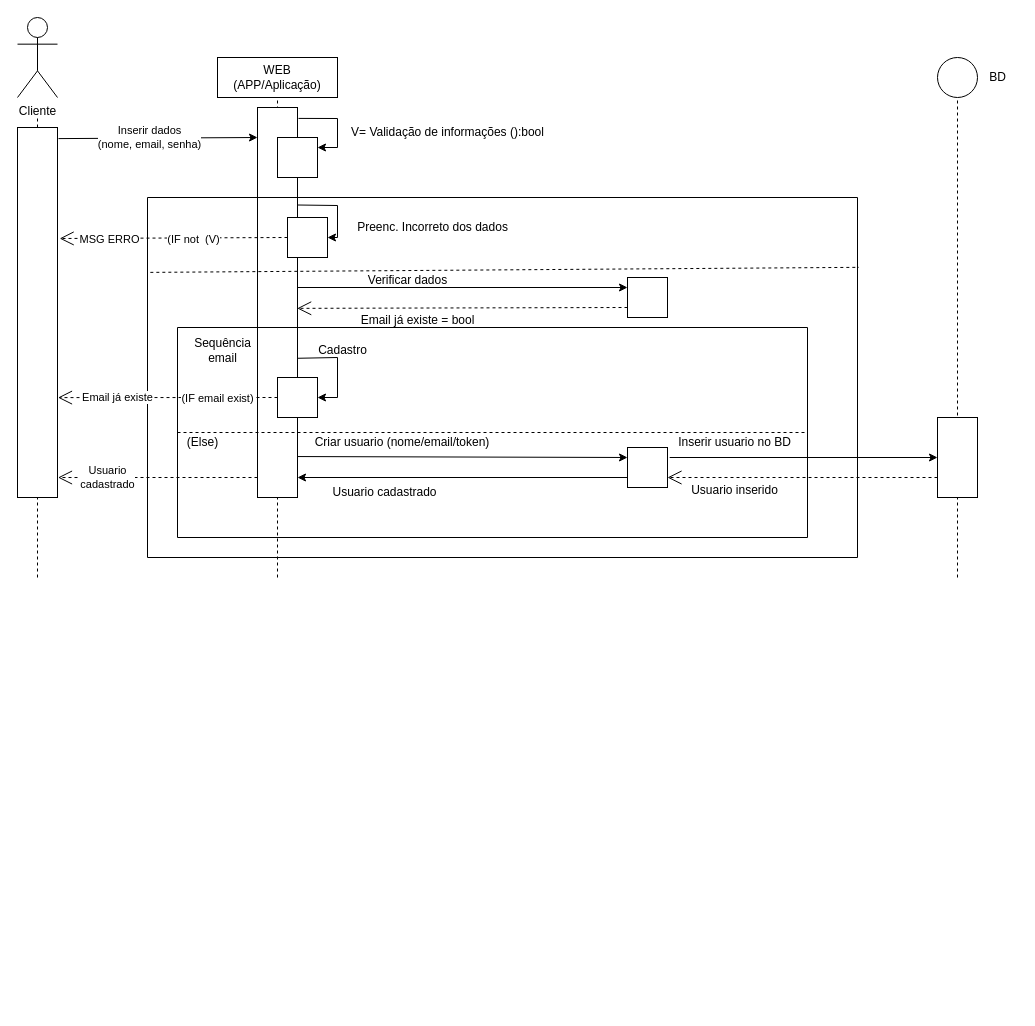
LukaPaganoti/TCC-CEEP keeps this draw.io diagram as diagramadesequencia.drawio. Above is the earlier version. Source tidied: cells renumbered, new cells numbered last; positions are measured from the earlier drawing's top-left corner, leaving out a move shared by most shapes. Both pictures are drawn from the tidied source at 100%, with x=0, y=0 at pixel (17, 17).
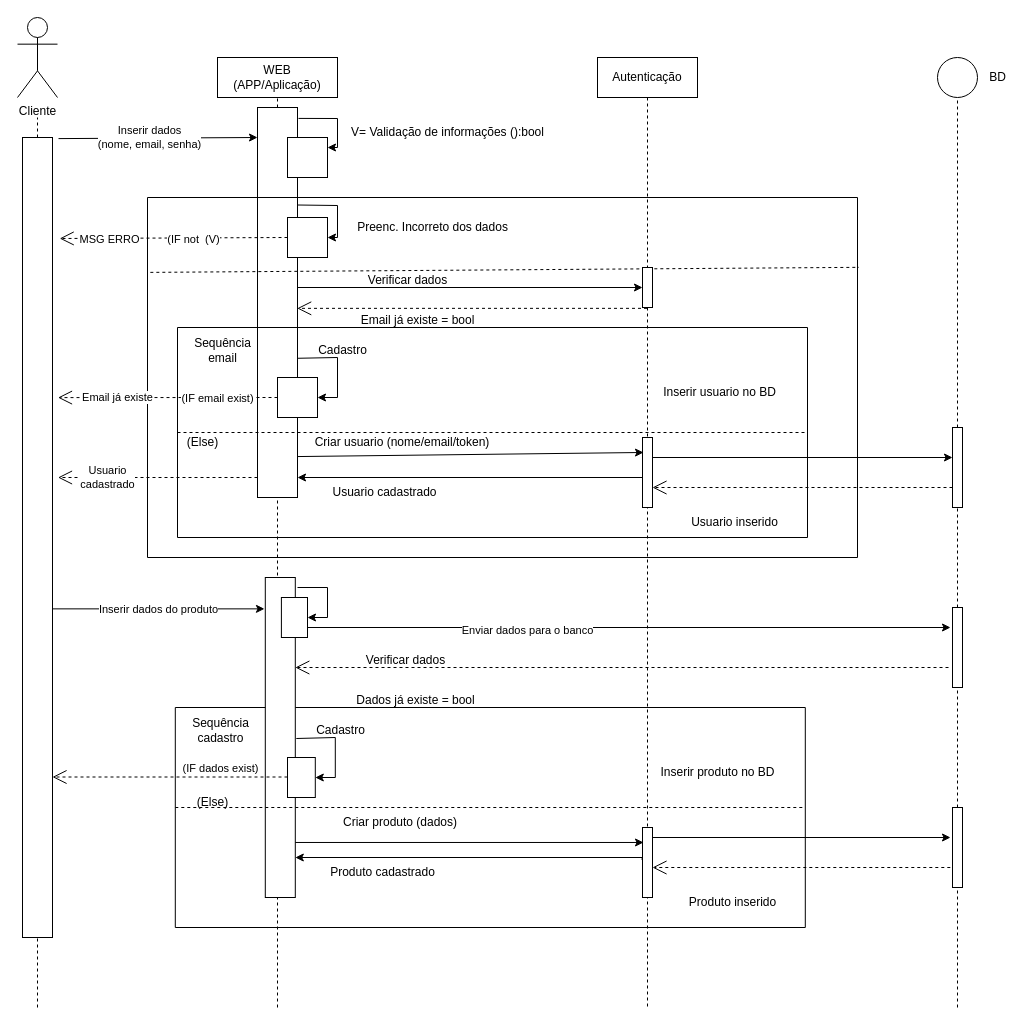
The same page after the edit.

The change refers to these unchanged cells:
```xml
<mxCell id="9" style="rounded=0;whiteSpace=wrap;html=1;direction=south;" parent="1" vertex="1">
  <mxGeometry x="240" y="90" width="40" height="390" as="geometry" />
</mxCell>
<mxCell id="11" style="rounded=0;whiteSpace=wrap;html=1;" parent="1" vertex="1">
  <mxGeometry x="260" y="360" width="40" height="40" as="geometry" />
</mxCell>
<mxCell id="14" style="swimlane;startSize=0;" parent="1" vertex="1">
  <mxGeometry x="130" y="180" width="710" height="360" as="geometry" />
</mxCell>
<mxCell id="16" style="swimlane;startSize=0;" parent="14" vertex="1">
  <mxGeometry x="30" y="130" width="630" height="210" as="geometry" />
</mxCell>
<mxCell id="25" style="rounded=0;whiteSpace=wrap;html=1;" parent="14" vertex="1">
  <mxGeometry x="140" y="20" width="40" height="40" as="geometry" />
</mxCell>
<mxCell id="33" value="WEB (APP/Aplicação)" style="rounded=0;whiteSpace=wrap;html=1;" parent="1" vertex="1">
  <mxGeometry x="200" y="40" width="120" height="40" as="geometry" />
</mxCell>
```

The edit, as a diff of the source:
```diff
@@
-    <mxCell id="2" style="endArrow=none;dashed=1;html=1;rounded=0;" parent="1" edge="1">
+    <mxCell id="2" style="endArrow=none;dashed=1;html=1;rounded=0;" parent="1" edge="1" source="53">
       <mxGeometry relative="1" as="geometry">
-        <mxPoint x="940" y="560" as="sourcePoint" />
         <mxPoint x="940" y="80" as="targetPoint" />
       </mxGeometry>
     </mxCell>
-    <mxCell id="3" style="endArrow=none;dashed=1;html=1;rounded=0;" parent="1" edge="1">
+    <mxCell id="3" style="endArrow=none;dashed=1;html=1;rounded=0;" parent="1" edge="1" source="56">
       <mxGeometry relative="1" as="geometry">
-        <mxPoint x="20" y="560" as="sourcePoint" />
         <mxPoint x="20" y="100" as="targetPoint" />
       </mxGeometry>
     </mxCell>
     <mxCell id="4" style="endArrow=none;dashed=1;html=1;rounded=0;entryX=0.5;entryY=1;entryDx=0;entryDy=0;" parent="1" edge="1" target="33">
       <mxGeometry relative="1" as="geometry">
-        <mxPoint x="260" y="560" as="sourcePoint" />
+        <mxPoint x="260" y="990" as="sourcePoint" />
       </mxGeometry>
     </mxCell>
@@
-    <mxCell id="6" style="rounded=0;whiteSpace=wrap;html=1;direction=south;" parent="1" vertex="1">
-      <mxGeometry y="110" width="40" height="370" as="geometry" />
-    </mxCell>
-    <mxCell id="7" style="endArrow=classic;html=1;rounded=0;exitX=0.03;exitY=-0.025;exitDx=0;exitDy=0;exitPerimeter=0;" parent="1" edge="1" source="6">
+    <mxCell id="7" style="endArrow=classic;html=1;rounded=0;exitX=0.03;exitY=-0.025;exitDx=0;exitDy=0;exitPerimeter=0;" parent="1" edge="1">
       <mxGeometry relative="1" as="geometry">
+        <mxPoint x="41" y="121.1" as="sourcePoint" />
         <mxPoint x="240" y="120" as="targetPoint" />
       </mxGeometry>
     </mxCell>
@@
     <mxCell id="10" style="rounded=0;whiteSpace=wrap;html=1;" parent="1" vertex="1">
-      <mxGeometry x="260" y="120" width="40" height="40" as="geometry" />
+      <mxGeometry x="270" y="120" width="40" height="40" as="geometry" />
     </mxCell>
@@
-    <mxCell id="20" style="whiteSpace=wrap;html=1;" parent="16" vertex="1">
-      <mxGeometry x="450" y="120" width="40" height="40" as="geometry" />
-    </mxCell>
@@
     <mxCell id="23" value="Inserir usuario no BD" style="text;html=1;align=center;verticalAlign=middle;points=[];strokeColor=none;fillColor=none;" parent="16" vertex="1">
-      <mxGeometry x="487" y="100" width="140" height="30" as="geometry" />
+      <mxGeometry x="472" y="50" width="140" height="30" as="geometry" />
     </mxCell>
     <mxCell id="24" value="Usuario inserido" style="text;html=1;align=center;verticalAlign=middle;strokeColor=none;fillColor=none;" parent="16" vertex="1">
-      <mxGeometry x="502" y="148" width="110" height="30" as="geometry" />
+      <mxGeometry x="502" y="180" width="110" height="30" as="geometry" />
     </mxCell>
+    <mxCell id="44" style="endArrow=classic;html=1;rounded=0;" parent="16" edge="1" target="53">
+      <mxGeometry relative="1" as="geometry">
+        <mxPoint x="472" y="130" as="sourcePoint" />
+      </mxGeometry>
+    </mxCell>
@@
-    <mxCell id="26" style="whiteSpace=wrap;html=1;" parent="14" vertex="1">
-      <mxGeometry x="480" y="80" width="40" height="40" as="geometry" />
-    </mxCell>
@@
-    <mxCell id="29" style="endArrow=open;endSize=12;dashed=1;html=1;rounded=0;entryX=0.3;entryY=-0.054;entryDx=0;entryDy=0;entryPerimeter=0;exitX=0;exitY=0.5;exitDx=0;exitDy=0;" parent="1" edge="1" source="25" target="6">
-      <mxGeometry relative="1" as="geometry" />
+    <mxCell id="29" style="endArrow=open;endSize=12;dashed=1;html=1;rounded=0;entryX=0.3;entryY=-0.054;entryDx=0;entryDy=0;entryPerimeter=0;exitX=0;exitY=0.5;exitDx=0;exitDy=0;" parent="1" edge="1" source="25">
+      <mxGeometry relative="1" as="geometry">
+        <mxPoint x="42.2" y="221" as="targetPoint" />
+      </mxGeometry>
     </mxCell>
@@
-    <mxCell id="34" value="Email já existe" style="endArrow=open;endSize=12;dashed=1;html=1;rounded=0;exitX=0;exitY=0.5;exitDx=0;exitDy=0;entryX=0.73;entryY=-0.012;entryDx=0;entryDy=0;entryPerimeter=0;" parent="1" edge="1" source="11" target="6">
-      <mxGeometry x="0.46" relative="1" as="geometry" />
+    <mxCell id="34" value="Email já existe" style="endArrow=open;endSize=12;dashed=1;html=1;rounded=0;exitX=0;exitY=0.5;exitDx=0;exitDy=0;entryX=0.73;entryY=-0.012;entryDx=0;entryDy=0;entryPerimeter=0;" parent="1" edge="1" source="11">
+      <mxGeometry x="0.46" relative="1" as="geometry">
+        <mxPoint x="40.5" y="380.1" as="targetPoint" />
+      </mxGeometry>
     </mxCell>
@@
-    <mxCell id="38" style="endArrow=classic;html=1;rounded=0;entryX=0;entryY=0.25;entryDx=0;entryDy=0;" parent="1" edge="1" target="26">
+    <mxCell id="38" style="endArrow=classic;html=1;rounded=0;" parent="1" edge="1" target="50">
       <mxGeometry relative="1" as="geometry">
         <mxPoint x="280" y="270" as="sourcePoint" />
       </mxGeometry>
     </mxCell>
-    <mxCell id="39" style="endArrow=open;endSize=12;dashed=1;html=1;rounded=0;exitX=0;exitY=0.75;exitDx=0;exitDy=0;entryX=0.515;entryY=0.008;entryDx=0;entryDy=0;entryPerimeter=0;" parent="1" edge="1" source="26" target="9">
+    <mxCell id="39" style="endArrow=open;endSize=12;dashed=1;html=1;rounded=0;entryX=0.515;entryY=0.008;entryDx=0;entryDy=0;entryPerimeter=0;" parent="1" edge="1" source="49" target="9">
       <mxGeometry relative="1" as="geometry" />
     </mxCell>
@@
-    <mxCell id="41" value="Usuario &lt;br&gt;cadastrado" style="endArrow=open;endSize=12;dashed=1;html=1;rounded=0;entryX=0.946;entryY=-0.012;entryDx=0;entryDy=0;entryPerimeter=0;" parent="1" edge="1" target="6">
+    <mxCell id="41" value="Usuario &lt;br&gt;cadastrado" style="endArrow=open;endSize=12;dashed=1;html=1;rounded=0;entryX=0.946;entryY=-0.012;entryDx=0;entryDy=0;entryPerimeter=0;" parent="1" edge="1">
       <mxGeometry x="0.5" relative="1" as="geometry">
         <mxPoint x="240" y="460" as="sourcePoint" />
+        <mxPoint x="40.5" y="460" as="targetPoint" />
       </mxGeometry>
     </mxCell>
-    <mxCell id="42" style="endArrow=classic;html=1;rounded=0;entryX=0;entryY=0.25;entryDx=0;entryDy=0;exitX=0.895;exitY=-0.013;exitDx=0;exitDy=0;exitPerimeter=0;" parent="1" edge="1" source="9" target="20">
+    <mxCell id="42" style="endArrow=classic;html=1;rounded=0;exitX=0.895;exitY=-0.013;exitDx=0;exitDy=0;exitPerimeter=0;entryX=0.1;entryY=0.214;entryDx=0;entryDy=0;entryPerimeter=0;" parent="1" edge="1" source="9" target="51">
       <mxGeometry relative="1" as="geometry" />
     </mxCell>
-    <mxCell id="43" style="endArrow=classic;html=1;rounded=0;exitX=0;exitY=0.75;exitDx=0;exitDy=0;" parent="1" edge="1" source="20">
+    <mxCell id="43" style="endArrow=classic;html=1;rounded=0;" parent="1" edge="1" source="49">
       <mxGeometry relative="1" as="geometry">
         <mxPoint x="280" y="460" as="targetPoint" />
       </mxGeometry>
     </mxCell>
-    <mxCell id="44" style="endArrow=classic;html=1;rounded=0;exitX=0.037;exitY=1;exitDx=0;exitDy=0;exitPerimeter=0;entryX=0.5;entryY=1;entryDx=0;entryDy=0;" parent="1" edge="1" source="23" target="46">
-      <mxGeometry relative="1" as="geometry" />
-    </mxCell>
-    <mxCell id="45" style="endArrow=open;endSize=12;dashed=1;html=1;rounded=0;entryX=1;entryY=0.75;entryDx=0;entryDy=0;exitX=0.75;exitY=1;exitDx=0;exitDy=0;" parent="1" edge="1" source="46" target="20">
-      <mxGeometry relative="1" as="geometry" />
+    <mxCell id="45" style="endArrow=open;endSize=12;dashed=1;html=1;rounded=0;" parent="1" edge="1" target="51">
+      <mxGeometry relative="1" as="geometry">
+        <mxPoint x="935" y="470" as="sourcePoint" />
+      </mxGeometry>
     </mxCell>
-    <mxCell id="46" style="rounded=0;whiteSpace=wrap;html=1;direction=south;" parent="1" vertex="1">
-      <mxGeometry x="920" y="400" width="40" height="80" as="geometry" />
-    </mxCell>
@@
+    <mxCell id="49" value="Autenticação" style="shape=umlLifeline;perimeter=lifelinePerimeter;whiteSpace=wrap;html=1;outlineConnect=0;portConstraint=eastwest;newEdgeStyle={&quot;curved&quot;:0,&quot;rounded&quot;:0};" parent="1" vertex="1">
+      <mxGeometry x="580" y="40" width="100" height="950" as="geometry" />
+    </mxCell>
+    <mxCell id="50" style="html=1;points=[[0,0,0,0,5],[0,1,0,0,-5],[1,0,0,0,5],[1,1,0,0,-5]];perimeter=orthogonalPerimeter;outlineConnect=0;targetShapes=umlLifeline;portConstraint=eastwest;newEdgeStyle={&quot;curved&quot;:0,&quot;rounded&quot;:0};" parent="49" vertex="1">
+      <mxGeometry x="45" y="210" width="10" height="40" as="geometry" />
+    </mxCell>
+    <mxCell id="51" style="html=1;points=[[0,0,0,0,5],[0,1,0,0,-5],[1,0,0,0,5],[1,1,0,0,-5]];perimeter=orthogonalPerimeter;outlineConnect=0;targetShapes=umlLifeline;portConstraint=eastwest;newEdgeStyle={&quot;curved&quot;:0,&quot;rounded&quot;:0};" parent="49" vertex="1">
+      <mxGeometry x="45" y="380" width="10" height="70" as="geometry" />
+    </mxCell>
+    <mxCell id="52" style="endArrow=none;dashed=1;html=1;rounded=0;" parent="1" edge="1" source="85" target="53">
+      <mxGeometry relative="1" as="geometry" />
+    </mxCell>
+    <mxCell id="53" style="html=1;points=[[0,0,0,0,5],[0,1,0,0,-5],[1,0,0,0,5],[1,1,0,0,-5]];perimeter=orthogonalPerimeter;outlineConnect=0;targetShapes=umlLifeline;portConstraint=eastwest;newEdgeStyle={&quot;curved&quot;:0,&quot;rounded&quot;:0};" parent="1" vertex="1">
+      <mxGeometry x="935" y="410" width="10" height="80" as="geometry" />
+    </mxCell>
+    <mxCell id="54" style="endArrow=none;dashed=1;html=1;rounded=0;" parent="1" edge="1">
+      <mxGeometry relative="1" as="geometry">
+        <mxPoint x="20" y="990" as="sourcePoint" />
+        <mxPoint x="20" y="590" as="targetPoint" />
+      </mxGeometry>
+    </mxCell>
+    <mxCell id="55" style="endArrow=none;dashed=1;html=1;rounded=0;" parent="1" edge="1" target="56">
+      <mxGeometry relative="1" as="geometry">
+        <mxPoint x="20" y="500" as="sourcePoint" />
+      </mxGeometry>
+    </mxCell>
+    <mxCell id="56" style="html=1;points=[[0,0,0,0,5],[0,1,0,0,-5],[1,0,0,0,5],[1,1,0,0,-5]];perimeter=orthogonalPerimeter;outlineConnect=0;targetShapes=umlLifeline;portConstraint=eastwest;newEdgeStyle={&quot;curved&quot;:0,&quot;rounded&quot;:0};" parent="1" vertex="1">
+      <mxGeometry x="5" y="120" width="30" height="800" as="geometry" />
+    </mxCell>
+    <mxCell id="57" style="swimlane;startSize=0;" parent="1" vertex="1">
+      <mxGeometry x="157.8" y="690" width="630" height="220" as="geometry" />
+    </mxCell>
+    <mxCell id="58" style="html=1;points=[[0,0,0,0,5],[0,1,0,0,-5],[1,0,0,0,5],[1,1,0,0,-5]];perimeter=orthogonalPerimeter;outlineConnect=0;targetShapes=umlLifeline;portConstraint=eastwest;newEdgeStyle={&quot;curved&quot;:0,&quot;rounded&quot;:0};" parent="57" vertex="1">
+      <mxGeometry x="90" y="-130" width="30" height="320" as="geometry" />
+    </mxCell>
+    <mxCell id="59" value="&lt;div&gt;Sequência&lt;/div&gt;&lt;div&gt;cadastro&lt;/div&gt;" style="text;html=1;align=center;verticalAlign=middle;strokeColor=none;fillColor=none;" parent="57" vertex="1">
+      <mxGeometry x="5" y="3" width="80" height="40" as="geometry" />
+    </mxCell>
+    <mxCell id="60" value="Cadastro" style="text;html=1;align=center;verticalAlign=middle;strokeColor=none;fillColor=none;" parent="57" vertex="1">
+      <mxGeometry x="130" y="8" width="70" height="30" as="geometry" />
+    </mxCell>
+    <mxCell id="61" value="(Else)" style="text;html=1;align=center;verticalAlign=middle;strokeColor=none;fillColor=none;" parent="57" vertex="1">
+      <mxGeometry x="12.2" y="80" width="50" height="30" as="geometry" />
+    </mxCell>
+    <mxCell id="62" value="Produto cadastrado" style="text;html=1;strokeColor=none;fillColor=none;align=center;verticalAlign=middle;whiteSpace=wrap;rounded=0;" parent="57" vertex="1">
+      <mxGeometry x="150" y="150" width="115" height="30" as="geometry" />
+    </mxCell>
+    <mxCell id="63" value="Criar produto (dados)" style="text;html=1;strokeColor=none;fillColor=none;align=center;verticalAlign=middle;whiteSpace=wrap;rounded=0;" parent="57" vertex="1">
+      <mxGeometry x="130" y="100" width="190" height="30" as="geometry" />
+    </mxCell>
+    <mxCell id="64" value="Inserir produto no BD" style="text;html=1;align=center;verticalAlign=middle;strokeColor=none;fillColor=none;" parent="57" vertex="1">
+      <mxGeometry x="472" y="50" width="140" height="30" as="geometry" />
+    </mxCell>
+    <mxCell id="65" value="Produto inserido" style="text;html=1;align=center;verticalAlign=middle;strokeColor=none;fillColor=none;" parent="57" vertex="1">
+      <mxGeometry x="502" y="180" width="110" height="30" as="geometry" />
+    </mxCell>
+    <mxCell id="66" style="endArrow=classic;html=1;rounded=0;" parent="57" edge="1">
+      <mxGeometry relative="1" as="geometry">
+        <mxPoint x="472" y="130" as="sourcePoint" />
+        <mxPoint x="775.2" y="130" as="targetPoint" />
+      </mxGeometry>
+    </mxCell>
+    <mxCell id="67" value="(IF dados exist)" style="edgeLabel;html=1;align=center;verticalAlign=middle;" parent="57" vertex="1">
+      <mxGeometry x="45" y="60" as="geometry" />
+    </mxCell>
+    <mxCell id="68" style="endArrow=none;dashed=1;html=1;rounded=0;exitX=0;exitY=0.5;exitDx=0;exitDy=0;entryX=1;entryY=0.5;entryDx=0;entryDy=0;" parent="57" edge="1">
+      <mxGeometry relative="1" as="geometry">
+        <mxPoint y="100" as="sourcePoint" />
+        <mxPoint x="630" y="100" as="targetPoint" />
+      </mxGeometry>
+    </mxCell>
+    <mxCell id="69" style="rounded=0;whiteSpace=wrap;html=1;" parent="1" vertex="1">
+      <mxGeometry x="263.9" y="580" width="26.1" height="40" as="geometry" />
+    </mxCell>
+    <mxCell id="70" value="&lt;div&gt;Dados já existe = bool&lt;/div&gt;" style="text;html=1;align=center;verticalAlign=middle;strokeColor=none;fillColor=none;" parent="1" vertex="1">
+      <mxGeometry x="327.8" y="668" width="140" height="30" as="geometry" />
+    </mxCell>
+    <mxCell id="71" style="endArrow=classic;html=1;rounded=0;exitX=0.643;exitY=-0.013;exitDx=0;exitDy=0;exitPerimeter=0;entryX=1;entryY=0.5;entryDx=0;entryDy=0;" parent="1" edge="1" target="79">
+      <mxGeometry relative="1" as="geometry">
+        <mxPoint x="278.8" y="721" as="sourcePoint" />
+        <Array as="points">
+          <mxPoint x="317.8" y="720" />
+          <mxPoint x="317.8" y="760" />
+        </Array>
+      </mxGeometry>
+    </mxCell>
+    <mxCell id="72" style="endArrow=classic;html=1;rounded=0;" parent="1" edge="1">
+      <mxGeometry relative="1" as="geometry">
+        <mxPoint x="290" y="610" as="sourcePoint" />
+        <mxPoint x="933" y="610" as="targetPoint" />
+      </mxGeometry>
+    </mxCell>
+    <mxCell id="73" value="Enviar dados para o banco" style="edgeLabel;html=1;align=center;verticalAlign=middle;" parent="72" vertex="1">
+      <mxGeometry x="-0.32" y="-2" relative="1" as="geometry" />
+    </mxCell>
+    <mxCell id="74" style="endArrow=open;endSize=12;dashed=1;html=1;rounded=0;exitX=-0.4;exitY=0.75;exitDx=0;exitDy=0;exitPerimeter=0;" parent="1" edge="1" source="85" target="58">
+      <mxGeometry relative="1" as="geometry" />
+    </mxCell>
+    <mxCell id="75" value="Verificar dados" style="text;html=1;align=center;verticalAlign=middle;strokeColor=none;fillColor=none;" parent="1" vertex="1">
+      <mxGeometry x="337.8" y="628" width="100" height="30" as="geometry" />
+    </mxCell>
+    <mxCell id="76" style="endArrow=classic;html=1;rounded=0;entryX=0.1;entryY=0.214;entryDx=0;entryDy=0;entryPerimeter=0;" parent="1" edge="1" source="58" target="89">
+      <mxGeometry relative="1" as="geometry" />
+    </mxCell>
+    <mxCell id="77" style="endArrow=classic;html=1;rounded=0;" parent="1" edge="1" source="89">
+      <mxGeometry relative="1" as="geometry">
+        <mxPoint x="277.8" y="840" as="targetPoint" />
+      </mxGeometry>
+    </mxCell>
+    <mxCell id="78" style="endArrow=open;endSize=12;dashed=1;html=1;rounded=0;" parent="1" edge="1" target="89">
+      <mxGeometry relative="1" as="geometry">
+        <mxPoint x="932.8" y="850" as="sourcePoint" />
+      </mxGeometry>
+    </mxCell>
+    <mxCell id="79" style="rounded=0;whiteSpace=wrap;html=1;" parent="1" vertex="1">
+      <mxGeometry x="270" y="740" width="27.8" height="40" as="geometry" />
+    </mxCell>
+    <mxCell id="80" style="endArrow=classic;html=1;rounded=0;entryX=-0.028;entryY=0.098;entryDx=0;entryDy=0;entryPerimeter=0;" parent="1" edge="1" source="56" target="58">
+      <mxGeometry relative="1" as="geometry" />
+    </mxCell>
+    <mxCell id="81" value="Inserir dados do produto" style="edgeLabel;html=1;align=center;verticalAlign=middle;" parent="80" vertex="1">
+      <mxGeometry x="0.08" y="3" relative="1" as="geometry">
+        <mxPoint x="-9" y="3" as="offset" />
+      </mxGeometry>
+    </mxCell>
+    <mxCell id="82" style="endArrow=classic;html=1;rounded=0;entryX=1;entryY=0.5;entryDx=0;entryDy=0;" parent="1" edge="1" target="69">
+      <mxGeometry relative="1" as="geometry">
+        <mxPoint x="280" y="570" as="sourcePoint" />
+        <Array as="points">
+          <mxPoint x="310" y="570" />
+          <mxPoint x="310" y="600" />
+        </Array>
+      </mxGeometry>
+    </mxCell>
+    <mxCell id="83" style="endArrow=open;endSize=12;dashed=1;html=1;rounded=0;" parent="1" edge="1" target="56">
+      <mxGeometry relative="1" as="geometry">
+        <mxPoint x="270" y="759.5" as="sourcePoint" />
+      </mxGeometry>
+    </mxCell>
+    <mxCell id="84" style="endArrow=none;dashed=1;html=1;rounded=0;" parent="1" edge="1" source="87" target="85">
+      <mxGeometry relative="1" as="geometry" />
+    </mxCell>
+    <mxCell id="85" style="html=1;points=[[0,0,0,0,5],[0,1,0,0,-5],[1,0,0,0,5],[1,1,0,0,-5]];perimeter=orthogonalPerimeter;outlineConnect=0;targetShapes=umlLifeline;portConstraint=eastwest;newEdgeStyle={&quot;curved&quot;:0,&quot;rounded&quot;:0};" parent="1" vertex="1">
+      <mxGeometry x="935" y="590" width="10" height="80" as="geometry" />
+    </mxCell>
+    <mxCell id="86" style="endArrow=none;dashed=1;html=1;rounded=0;" parent="1" edge="1" target="87">
+      <mxGeometry relative="1" as="geometry">
+        <mxPoint x="940" y="990" as="sourcePoint" />
+      </mxGeometry>
+    </mxCell>
+    <mxCell id="87" style="html=1;points=[[0,0,0,0,5],[0,1,0,0,-5],[1,0,0,0,5],[1,1,0,0,-5]];perimeter=orthogonalPerimeter;outlineConnect=0;targetShapes=umlLifeline;portConstraint=eastwest;newEdgeStyle={&quot;curved&quot;:0,&quot;rounded&quot;:0};" parent="1" vertex="1">
+      <mxGeometry x="935" y="790" width="10" height="80" as="geometry" />
+    </mxCell>
+    <mxCell id="88" style="endArrow=classic;html=1;rounded=0;" parent="1" edge="1" target="89">
+      <mxGeometry relative="1" as="geometry">
+        <mxPoint x="627.8" y="840" as="sourcePoint" />
+      </mxGeometry>
+    </mxCell>
+    <mxCell id="89" style="html=1;points=[[0,0,0,0,5],[0,1,0,0,-5],[1,0,0,0,5],[1,1,0,0,-5]];perimeter=orthogonalPerimeter;outlineConnect=0;targetShapes=umlLifeline;portConstraint=eastwest;newEdgeStyle={&quot;curved&quot;:0,&quot;rounded&quot;:0};" parent="1" vertex="1">
+      <mxGeometry x="625" y="810" width="10" height="70" as="geometry" />
+    </mxCell>
```
